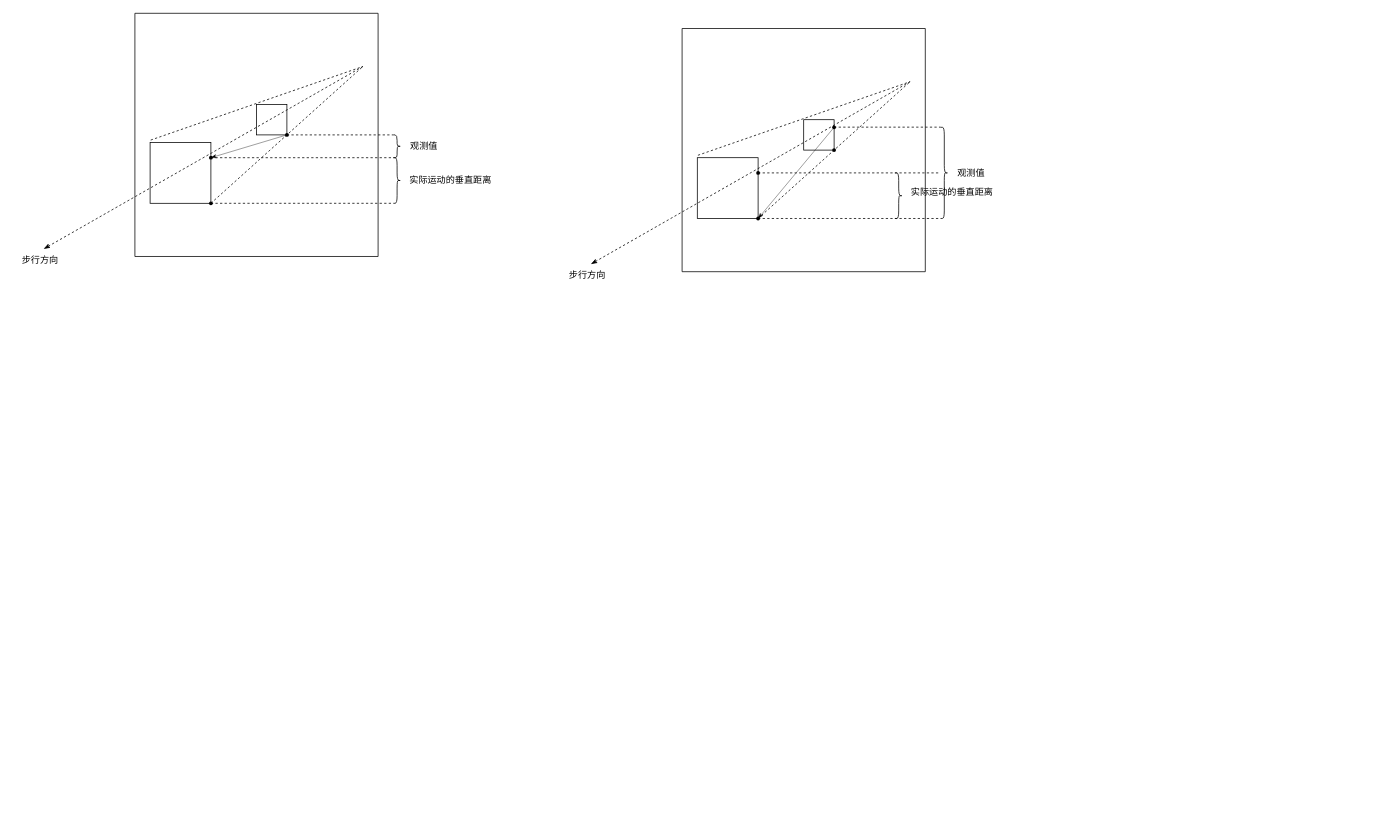
This is 未命名绘图.drawio from qq1937443459/Drawing-Repository, a draw.io file, before an edit. Source tidied: cells renumbered, new cells numbered last; positions are measured from the earlier drawing's top-left corner, leaving out a move shared by most shapes. Both pictures are drawn from the tidied source at 76%, with x=0, y=0 at pixel (13, 13).
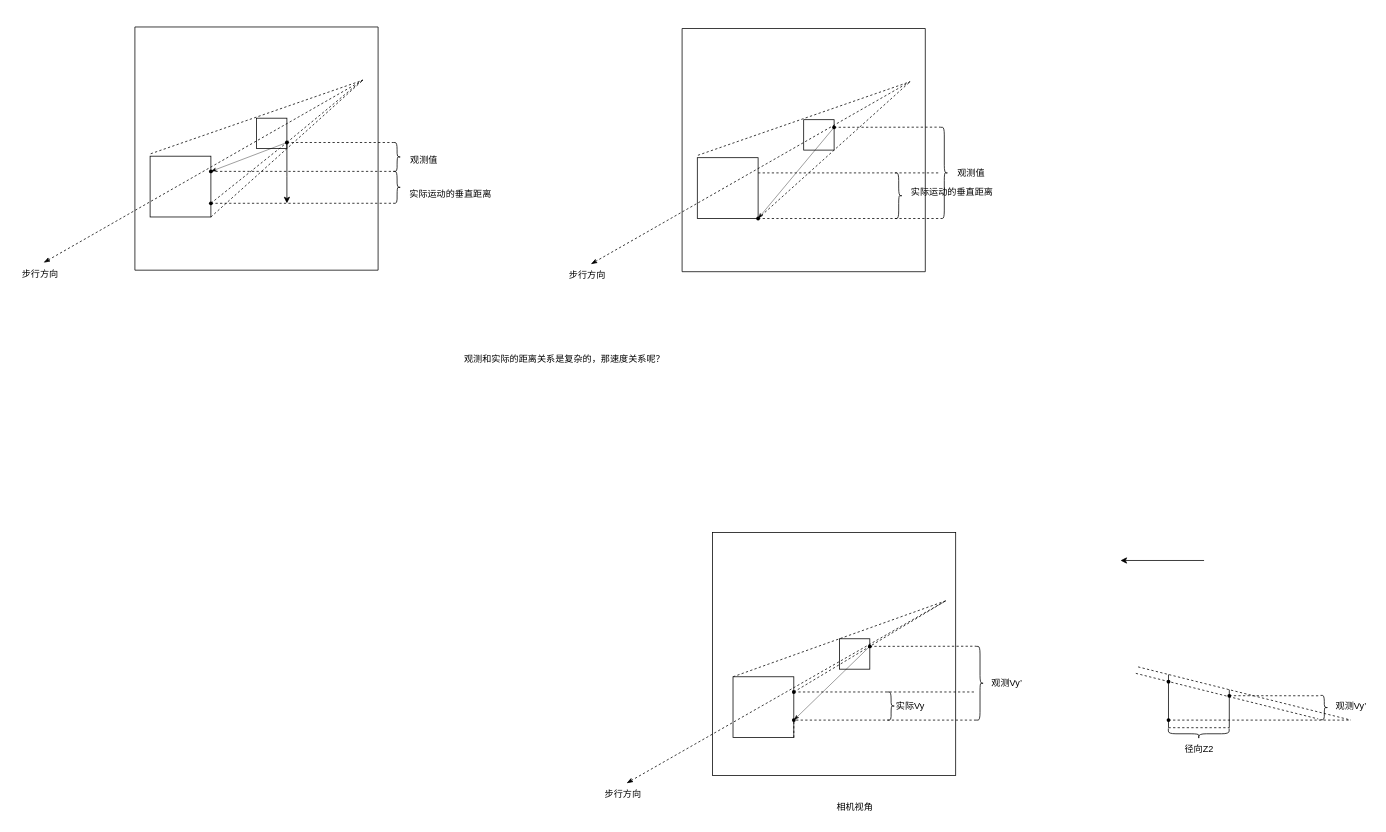
After the change.

Unchanged cells that the change refers to:
```xml
<mxCell id="24" style="whiteSpace=wrap;html=1;" parent="1" vertex="1">
  <mxGeometry x="1040" y="140" width="40" height="40" as="geometry" />
</mxCell>
```

What changed in the source:
```diff
@@
+    <mxCell id="41" style="whiteSpace=wrap;html=1;" parent="1" vertex="1">
+      <mxGeometry x="1087" y="823" width="40" height="40" as="geometry" />
+    </mxCell>
     <mxCell id="2" style="endArrow=none;dashed=1;html=1;rounded=0;exitX=0.01;exitY=-0.04;exitDx=0;exitDy=0;exitPerimeter=0;" parent="1" edge="1" source="4">
       <mxGeometry relative="1" as="geometry">
-        <mxPoint x="460" y="70" as="targetPoint" />
+        <mxPoint x="460" y="88" as="targetPoint" />
       </mxGeometry>
     </mxCell>
-    <mxCell id="3" style="endArrow=none;dashed=1;html=1;rounded=0;exitDx=0;exitDy=0;" parent="1" edge="1" source="18">
+    <mxCell id="3" style="endArrow=none;dashed=1;html=1;rounded=0;exitDx=0;exitDy=0;" parent="1" edge="1">
       <mxGeometry relative="1" as="geometry">
-        <mxPoint x="460" y="70" as="targetPoint" />
+        <mxPoint x="260" y="268" as="sourcePoint" />
+        <mxPoint x="460" y="88" as="targetPoint" />
       </mxGeometry>
     </mxCell>
     <mxCell id="4" style="whiteSpace=wrap;html=1;" parent="1" vertex="1">
-      <mxGeometry x="180" y="170" width="80" height="80" as="geometry" />
+      <mxGeometry x="180" y="188" width="80" height="80" as="geometry" />
     </mxCell>
     <mxCell id="5" style="whiteSpace=wrap;html=1;" parent="1" vertex="1">
-      <mxGeometry x="320" y="120" width="40" height="40" as="geometry" />
+      <mxGeometry x="320" y="138" width="40" height="40" as="geometry" />
     </mxCell>
-    <mxCell id="6" style="shape=waypoint;sketch=0;fillStyle=solid;size=6;points=[];fillColor=none;perimeter=centerPerimeter;snapToPoint=1;strokeWidth=0.5;" parent="1" vertex="1">
-      <mxGeometry x="350" y="150" width="20" height="20" as="geometry" />
-    </mxCell>
     <mxCell id="7" style="shape=waypoint;sketch=0;fillStyle=solid;size=6;points=[];fillColor=none;perimeter=centerPerimeter;snapToPoint=1;strokeWidth=0.5;" parent="1" vertex="1">
-      <mxGeometry x="250" y="180" width="20" height="20" as="geometry" />
+      <mxGeometry x="250" y="198" width="20" height="20" as="geometry" />
     </mxCell>
-    <mxCell id="8" style="endArrow=classicThin;html=1;rounded=0;jumpSize=2;strokeWidth=0.5;endFill=1;" parent="1" edge="1" source="6" target="7">
+    <mxCell id="8" style="endArrow=classicThin;html=1;rounded=0;jumpSize=2;strokeWidth=0.5;endFill=1;exitX=0.538;exitY=-0.057;exitDx=0;exitDy=0;exitPerimeter=0;" parent="1" edge="1" source="6" target="7">
       <mxGeometry relative="1" as="geometry" />
     </mxCell>
     <mxCell id="9" style="endArrow=none;dashed=1;html=1;rounded=0;exitX=0.527;exitY=0.653;exitDx=0;exitDy=0;exitPerimeter=0;" parent="1" edge="1" source="7">
       <mxGeometry relative="1" as="geometry">
-        <mxPoint x="500" y="190" as="targetPoint" />
+        <mxPoint x="500" y="208" as="targetPoint" />
       </mxGeometry>
     </mxCell>
-    <mxCell id="10" style="endArrow=none;dashed=1;html=1;rounded=0;exitX=0.527;exitY=0.653;exitDx=0;exitDy=0;exitPerimeter=0;" parent="1" edge="1">
+    <mxCell id="10" style="endArrow=none;dashed=1;html=1;rounded=0;entryX=1;entryY=0;entryDx=0;entryDy=0;entryPerimeter=0;" parent="1" edge="1" target="13">
       <mxGeometry relative="1" as="geometry">
-        <mxPoint x="360" y="160" as="sourcePoint" />
-        <mxPoint x="500" y="160" as="targetPoint" />
+        <mxPoint x="360" y="170" as="sourcePoint" />
       </mxGeometry>
     </mxCell>
     <mxCell id="11" style="swimlane;startSize=0;" parent="1" vertex="1">
-      <mxGeometry x="160" width="320" height="320" as="geometry" />
+      <mxGeometry x="160" y="18" width="320" height="320" as="geometry" />
     </mxCell>
-    <mxCell id="12" style="endArrow=none;dashed=1;html=1;rounded=0;exitX=0.527;exitY=0.653;exitDx=0;exitDy=0;exitPerimeter=0;" parent="11" edge="1">
-      <mxGeometry relative="1" as="geometry">
-        <mxPoint x="100" y="250" as="sourcePoint" />
-        <mxPoint x="340" y="250" as="targetPoint" />
-      </mxGeometry>
-    </mxCell>
+    <mxCell id="42" style="endArrow=none;dashed=1;html=1;rounded=0;" parent="11" edge="1" source="6">
+      <mxGeometry relative="1" as="geometry">
+        <mxPoint x="300.2" y="69.1" as="targetPoint" />
+      </mxGeometry>
+    </mxCell>
+    <mxCell id="43" style="shape=waypoint;sketch=0;fillStyle=solid;size=6;points=[];fillColor=none;perimeter=centerPerimeter;snapToPoint=1;strokeWidth=0.5;" parent="11" vertex="1">
+      <mxGeometry x="90" y="222" width="20" height="20" as="geometry" />
+    </mxCell>
+    <mxCell id="44" style="endArrow=none;dashed=1;html=1;rounded=0;" parent="11" edge="1" source="43" target="6">
+      <mxGeometry relative="1" as="geometry" />
+    </mxCell>
+    <mxCell id="45" style="edgeStyle=orthogonalEdgeStyle;rounded=0;jettySize=auto;html=1;" parent="11" edge="1" source="6">
+      <mxGeometry relative="1" as="geometry">
+        <mxPoint x="200" y="232" as="targetPoint" />
+      </mxGeometry>
+    </mxCell>
+    <mxCell id="6" style="shape=waypoint;sketch=0;fillStyle=solid;size=6;points=[];fillColor=none;perimeter=centerPerimeter;snapToPoint=1;strokeWidth=0.5;" parent="11" vertex="1">
+      <mxGeometry x="190" y="142" width="20" height="20" as="geometry" />
+    </mxCell>
     <mxCell id="13" style="shape=curlyBracket;whiteSpace=wrap;html=1;rounded=1;flipH=1;labelPosition=right;verticalLabelPosition=middle;align=left;verticalAlign=middle;" parent="1" vertex="1">
-      <mxGeometry x="500" y="160" width="10" height="30" as="geometry" />
+      <mxGeometry x="500" y="170" width="10" height="38" as="geometry" />
     </mxCell>
     <mxCell id="14" value="观测值" style="text;html=1;align=center;verticalAlign=middle;strokeColor=none;fillColor=none;" parent="1" vertex="1">
-      <mxGeometry x="510" y="160" width="60" height="30" as="geometry" />
+      <mxGeometry x="510" y="178" width="60" height="30" as="geometry" />
     </mxCell>
     <mxCell id="15" style="endArrow=classicThin;html=1;rounded=0;dashed=1;endFill=1;" parent="1" edge="1">
       <mxGeometry relative="1" as="geometry">
-        <mxPoint x="460" y="70" as="sourcePoint" />
-        <mxPoint x="40" y="310" as="targetPoint" />
+        <mxPoint x="460" y="88" as="sourcePoint" />
+        <mxPoint x="40" y="328" as="targetPoint" />
       </mxGeometry>
     </mxCell>
     <mxCell id="16" value="步行方向&lt;br&gt;" style="text;html=1;align=center;verticalAlign=middle;strokeColor=none;fillColor=none;" parent="1" vertex="1">
-      <mxGeometry y="310" width="70" height="30" as="geometry" />
+      <mxGeometry y="328" width="70" height="30" as="geometry" />
     </mxCell>
-    <mxCell id="17" style="endArrow=none;dashed=1;html=1;rounded=0;exitX=1;exitY=1;exitDx=0;exitDy=0;" parent="1" edge="1" source="4" target="18">
-      <mxGeometry relative="1" as="geometry" />
+    <mxCell id="17" style="endArrow=none;dashed=1;html=1;rounded=0;exitX=1;exitY=1;exitDx=0;exitDy=0;" parent="1" edge="1" source="4">
+      <mxGeometry relative="1" as="geometry">
+        <mxPoint x="260" y="268" as="targetPoint" />
+      </mxGeometry>
     </mxCell>
-    <mxCell id="18" style="shape=waypoint;sketch=0;fillStyle=solid;size=6;points=[];fillColor=none;perimeter=centerPerimeter;snapToPoint=1;strokeWidth=0.5;" parent="1" vertex="1">
-      <mxGeometry x="250" y="240" width="20" height="20" as="geometry" />
-    </mxCell>
     <mxCell id="19" style="shape=curlyBracket;whiteSpace=wrap;html=1;rounded=1;flipH=1;labelPosition=right;verticalLabelPosition=middle;align=left;verticalAlign=middle;" parent="1" vertex="1">
-      <mxGeometry x="500" y="190" width="10" height="60" as="geometry" />
+      <mxGeometry x="500" y="208" width="10" height="42" as="geometry" />
     </mxCell>
     <mxCell id="20" value="实际运动的垂直距离" style="text;html=1;align=center;verticalAlign=middle;strokeColor=none;fillColor=none;" parent="1" vertex="1">
-      <mxGeometry x="510" y="205" width="130" height="30" as="geometry" />
+      <mxGeometry x="510" y="223" width="130" height="30" as="geometry" />
     </mxCell>
@@
-    <mxCell id="25" style="shape=waypoint;sketch=0;fillStyle=solid;size=6;fillColor=none;perimeter=centerPerimeter;strokeWidth=0.5;" parent="1" vertex="1">
-      <mxGeometry x="1070" y="170" width="20" height="20" as="geometry" />
-    </mxCell>
-    <mxCell id="26" style="shape=waypoint;sketch=0;fillStyle=solid;size=6;points=[];fillColor=none;perimeter=centerPerimeter;snapToPoint=1;strokeWidth=0.5;" parent="1" vertex="1">
-      <mxGeometry x="970" y="200" width="20" height="20" as="geometry" />
-    </mxCell>
@@
-    <mxCell id="28" style="endArrow=none;dashed=1;html=1;rounded=0;exitX=0.527;exitY=0.653;exitDx=0;exitDy=0;exitPerimeter=0;" parent="1" edge="1" source="26">
+    <mxCell id="28" style="endArrow=none;dashed=1;html=1;rounded=0;" parent="1" edge="1">
       <mxGeometry relative="1" as="geometry">
+        <mxPoint x="980" y="210" as="sourcePoint" />
         <mxPoint x="1220" y="210" as="targetPoint" />
       </mxGeometry>
     </mxCell>
@@
-    <mxCell id="40" style="endArrow=none;dashed=1;html=1;rounded=0;exitX=0.527;exitY=0.653;exitDx=0;exitDy=0;exitPerimeter=0;" parent="1" edge="1">
+    <mxCell id="40" style="endArrow=none;dashed=1;html=1;rounded=0;exitX=1;exitY=0.25;exitDx=0;exitDy=0;" parent="1" edge="1" source="24">
       <mxGeometry relative="1" as="geometry">
-        <mxPoint x="1080" y="149.8" as="sourcePoint" />
         <mxPoint x="1220" y="149.8" as="targetPoint" />
       </mxGeometry>
     </mxCell>
+    <mxCell id="46" value="观测和实际的距离关系是复杂的，那速度关系呢？" style="text;html=1;align=center;verticalAlign=middle;strokeColor=none;fillColor=none;" parent="1" vertex="1">
+      <mxGeometry x="580" y="440" width="290" height="30" as="geometry" />
+    </mxCell>
+    <mxCell id="12" style="endArrow=none;dashed=1;html=1;rounded=0;entryX=0.952;entryY=0.999;entryDx=0;entryDy=0;entryPerimeter=0;" parent="1" edge="1" source="43" target="19">
+      <mxGeometry relative="1" as="geometry" />
+    </mxCell>
+    <mxCell id="47" style="endArrow=none;dashed=1;html=1;rounded=0;exitX=0;exitY=0;exitDx=0;exitDy=0;" parent="1" edge="1" source="48">
+      <mxGeometry relative="1" as="geometry">
+        <mxPoint x="1227" y="773" as="targetPoint" />
+      </mxGeometry>
+    </mxCell>
+    <mxCell id="48" style="whiteSpace=wrap;html=1;" parent="1" vertex="1">
+      <mxGeometry x="947" y="873" width="80" height="80" as="geometry" />
+    </mxCell>
+    <mxCell id="49" style="endArrow=none;dashed=1;html=1;rounded=0;exitDx=0;exitDy=0;" parent="1" edge="1" source="59">
+      <mxGeometry relative="1" as="geometry">
+        <mxPoint x="1227" y="773" as="targetPoint" />
+      </mxGeometry>
+    </mxCell>
+    <mxCell id="50" style="endArrow=none;dashed=1;html=1;rounded=0;" parent="1" edge="1">
+      <mxGeometry relative="1" as="geometry">
+        <mxPoint x="1027" y="893" as="sourcePoint" />
+        <mxPoint x="1267" y="893" as="targetPoint" />
+      </mxGeometry>
+    </mxCell>
+    <mxCell id="51" style="shape=curlyBracket;whiteSpace=wrap;html=1;rounded=1;flipH=1;labelPosition=right;verticalLabelPosition=middle;align=left;verticalAlign=middle;" parent="1" vertex="1">
+      <mxGeometry x="1267" y="833" width="10" height="97" as="geometry" />
+    </mxCell>
+    <mxCell id="52" value="观测Vy’" style="text;html=1;align=center;verticalAlign=middle;strokeColor=none;fillColor=none;" parent="1" vertex="1">
+      <mxGeometry x="1277" y="866.5" width="60" height="30" as="geometry" />
+    </mxCell>
+    <mxCell id="53" style="endArrow=classicThin;html=1;rounded=0;dashed=1;endFill=1;" parent="1" edge="1">
+      <mxGeometry relative="1" as="geometry">
+        <mxPoint x="1227" y="773" as="sourcePoint" />
+        <mxPoint x="807" y="1013" as="targetPoint" />
+      </mxGeometry>
+    </mxCell>
+    <mxCell id="54" value="步行方向&lt;br&gt;" style="text;html=1;align=center;verticalAlign=middle;strokeColor=none;fillColor=none;" parent="1" vertex="1">
+      <mxGeometry x="767" y="1013" width="70" height="30" as="geometry" />
+    </mxCell>
+    <mxCell id="55" style="endArrow=none;dashed=1;html=1;rounded=0;exitX=1;exitY=1;exitDx=0;exitDy=0;" parent="1" edge="1" source="48" target="56">
+      <mxGeometry relative="1" as="geometry" />
+    </mxCell>
+    <mxCell id="56" style="shape=waypoint;sketch=0;fillStyle=solid;size=6;points=[];fillColor=none;perimeter=centerPerimeter;snapToPoint=1;strokeWidth=0.5;" parent="1" vertex="1">
+      <mxGeometry x="1017" y="920" width="20" height="20" as="geometry" />
+    </mxCell>
+    <mxCell id="57" style="endArrow=none;dashed=1;html=1;rounded=0;exitX=1;exitY=0.25;exitDx=0;exitDy=0;" parent="1" edge="1" source="41">
+      <mxGeometry relative="1" as="geometry">
+        <mxPoint x="1267" y="832.8" as="targetPoint" />
+      </mxGeometry>
+    </mxCell>
+    <mxCell id="58" style="endArrow=none;dashed=1;html=1;rounded=0;exitDx=0;exitDy=0;exitX=1;exitY=0.25;" parent="1" edge="1" source="48" target="59">
+      <mxGeometry relative="1" as="geometry" />
+    </mxCell>
+    <mxCell id="59" style="shape=waypoint;sketch=0;fillStyle=solid;size=6;points=[];fillColor=none;perimeter=centerPerimeter;snapToPoint=1;strokeWidth=0.5;" parent="1" vertex="1">
+      <mxGeometry x="1017" y="883" width="20" height="20" as="geometry" />
+    </mxCell>
+    <mxCell id="60" style="whiteSpace=wrap;html=1;fillColor=none;" parent="1" vertex="1">
+      <mxGeometry x="920" y="683" width="320" height="320" as="geometry" />
+    </mxCell>
+    <mxCell id="61" style="endArrow=classicThin;html=1;rounded=0;jumpSize=2;strokeWidth=0.5;endFill=1;exitDx=0;exitDy=0;exitPerimeter=0;" parent="1" edge="1" source="62" target="56">
+      <mxGeometry relative="1" as="geometry" />
+    </mxCell>
+    <mxCell id="62" style="shape=waypoint;sketch=0;fillStyle=solid;size=6;points=[];fillColor=none;perimeter=centerPerimeter;snapToPoint=1;strokeWidth=0.5;" parent="1" vertex="1">
+      <mxGeometry x="1117" y="823" width="20" height="20" as="geometry" />
+    </mxCell>
+    <mxCell id="63" style="endArrow=none;dashed=1;html=1;rounded=0;exitX=0.527;exitY=0.653;exitDx=0;exitDy=0;exitPerimeter=0;" parent="1" edge="1">
+      <mxGeometry relative="1" as="geometry">
+        <mxPoint x="1030" y="930" as="sourcePoint" />
+        <mxPoint x="1270" y="930" as="targetPoint" />
+      </mxGeometry>
+    </mxCell>
+    <mxCell id="64" value="实际Vy" style="text;html=1;align=center;verticalAlign=middle;strokeColor=none;fillColor=none;" parent="1" vertex="1">
+      <mxGeometry x="1150" y="896.5" width="60" height="30" as="geometry" />
+    </mxCell>
+    <mxCell id="65" style="shape=curlyBracket;whiteSpace=wrap;html=1;rounded=1;flipH=1;labelPosition=right;verticalLabelPosition=middle;align=left;verticalAlign=middle;" parent="1" vertex="1">
+      <mxGeometry x="1150" y="893" width="10" height="37" as="geometry" />
+    </mxCell>
+    <mxCell id="66" value="相机视角" style="text;html=1;align=center;verticalAlign=middle;strokeColor=none;fillColor=none;" parent="1" vertex="1">
+      <mxGeometry x="1072" y="1030" width="70" height="30" as="geometry" />
+    </mxCell>
+    <mxCell id="67" style="endArrow=classic;html=1;rounded=0;" parent="1" edge="1">
+      <mxGeometry relative="1" as="geometry">
+        <mxPoint x="1566.8" y="720" as="sourcePoint" />
+        <mxPoint x="1456.8" y="720" as="targetPoint" />
+      </mxGeometry>
+    </mxCell>
+    <mxCell id="68" style="endArrow=none;html=1;rounded=0;" parent="1" edge="1" source="70">
+      <mxGeometry relative="1" as="geometry">
+        <mxPoint x="1600" y="890" as="targetPoint" />
+      </mxGeometry>
+    </mxCell>
+    <mxCell id="69" style="endArrow=none;html=1;rounded=0;" parent="1" edge="1" target="70">
+      <mxGeometry relative="1" as="geometry">
+        <mxPoint x="1600" y="940" as="sourcePoint" />
+      </mxGeometry>
+    </mxCell>
+    <mxCell id="70" style="shape=waypoint;sketch=0;fillStyle=solid;size=6;points=[];fillColor=none;perimeter=centerPerimeter;snapToPoint=1;strokeWidth=0.5;" parent="1" vertex="1">
+      <mxGeometry x="1590" y="888" width="20" height="20" as="geometry" />
+    </mxCell>
+    <mxCell id="71" style="endArrow=none;html=1;rounded=0;" parent="1" edge="1" source="73">
+      <mxGeometry relative="1" as="geometry">
+        <mxPoint x="1520" y="870" as="targetPoint" />
+      </mxGeometry>
+    </mxCell>
+    <mxCell id="72" style="endArrow=none;html=1;rounded=0;" parent="1" edge="1" target="73">
+      <mxGeometry relative="1" as="geometry">
+        <mxPoint x="1520" y="940" as="sourcePoint" />
+      </mxGeometry>
+    </mxCell>
+    <mxCell id="73" style="shape=waypoint;sketch=0;fillStyle=solid;size=6;points=[];fillColor=none;perimeter=centerPerimeter;snapToPoint=1;strokeWidth=0.5;" parent="1" vertex="1">
+      <mxGeometry x="1510" y="920" width="20" height="20" as="geometry" />
+    </mxCell>
+    <mxCell id="74" style="endArrow=none;dashed=1;html=1;rounded=0;" parent="1" edge="1">
+      <mxGeometry relative="1" as="geometry">
+        <mxPoint x="1520" y="940" as="sourcePoint" />
+        <mxPoint x="1600" y="940" as="targetPoint" />
+      </mxGeometry>
+    </mxCell>
+    <mxCell id="75" style="shape=curlyBracket;whiteSpace=wrap;html=1;rounded=1;flipH=1;labelPosition=right;verticalLabelPosition=middle;align=left;verticalAlign=middle;" parent="1" vertex="1">
+      <mxGeometry x="1720" y="897.5" width="10" height="32" as="geometry" />
+    </mxCell>
+    <mxCell id="76" style="endArrow=none;dashed=1;html=1;rounded=0;exitX=0.553;exitY=0.652;exitDx=0;exitDy=0;exitPerimeter=0;" parent="1" edge="1" source="73">
+      <mxGeometry relative="1" as="geometry">
+        <mxPoint x="1760" y="930" as="targetPoint" />
+      </mxGeometry>
+    </mxCell>
+    <mxCell id="77" style="endArrow=none;dashed=1;html=1;rounded=0;exitX=0.553;exitY=0.652;exitDx=0;exitDy=0;exitPerimeter=0;" parent="1" edge="1">
+      <mxGeometry relative="1" as="geometry">
+        <mxPoint x="1600" y="897.9" as="sourcePoint" />
+        <mxPoint x="1720" y="898" as="targetPoint" />
+      </mxGeometry>
+    </mxCell>
+    <mxCell id="78" value="观测Vy’" style="text;html=1;align=center;verticalAlign=middle;strokeColor=none;fillColor=none;" parent="1" vertex="1">
+      <mxGeometry x="1730" y="896.5" width="60" height="30" as="geometry" />
+    </mxCell>
+    <mxCell id="79" value="径向Z2" style="text;html=1;align=center;verticalAlign=middle;strokeColor=none;fillColor=none;" parent="1" vertex="1">
+      <mxGeometry x="1530" y="953" width="60" height="30" as="geometry" />
+    </mxCell>
+    <mxCell id="80" style="shape=curlyBracket;whiteSpace=wrap;html=1;rounded=1;flipH=1;labelPosition=right;verticalLabelPosition=middle;align=left;verticalAlign=middle;rotation=90;" parent="1" vertex="1">
+      <mxGeometry x="1552.8" y="908" width="14" height="80" as="geometry" />
+    </mxCell>
+    <mxCell id="81" style="endArrow=none;dashed=1;html=1;rounded=0;" parent="1" edge="1">
+      <mxGeometry relative="1" as="geometry">
+        <mxPoint x="1477" y="868.5" as="sourcePoint" />
+        <mxPoint x="1717" y="928.5" as="targetPoint" />
+      </mxGeometry>
+    </mxCell>
+    <mxCell id="82" style="shape=waypoint;sketch=0;fillStyle=solid;size=6;fillColor=none;perimeter=centerPerimeter;strokeWidth=0.5;" parent="1" vertex="1">
+      <mxGeometry x="1510" y="869.5" width="20" height="20" as="geometry" />
+    </mxCell>
+    <mxCell id="83" style="endArrow=none;dashed=1;html=1;rounded=0;" parent="1" edge="1">
+      <mxGeometry relative="1" as="geometry">
+        <mxPoint x="1480" y="860" as="sourcePoint" />
+        <mxPoint x="1760" y="930" as="targetPoint" />
+      </mxGeometry>
+    </mxCell>
```
